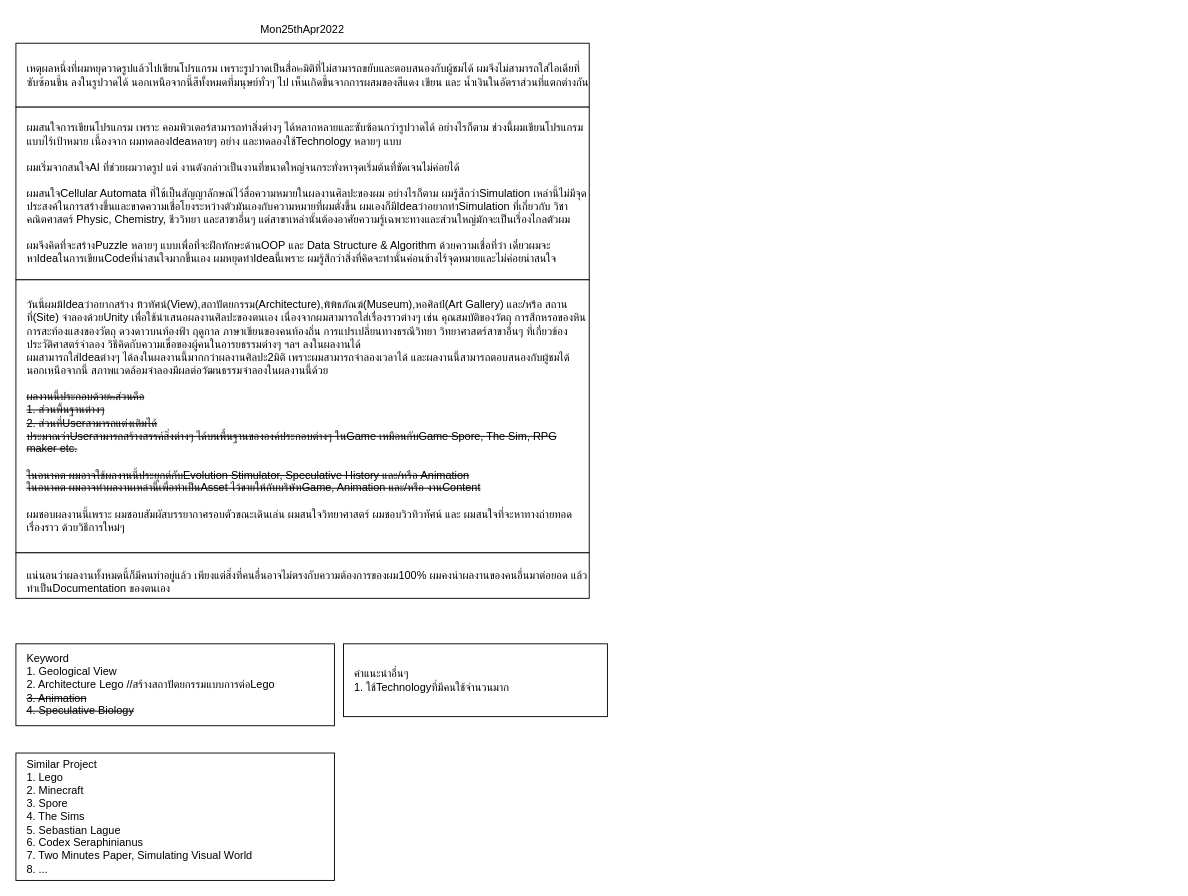
The draw.io diagram UnityExhibition.drawio in NihilisticMotif/UnityProjectDrawIO, before the edit. Source tidied: cells renumbered, new cells numbered last; positions are measured from the earlier drawing's top-left corner, leaving out a move shared by most shapes. Both pictures are drawn from the tidied source at 91%, with x=0, y=0 at pixel (15, 15).
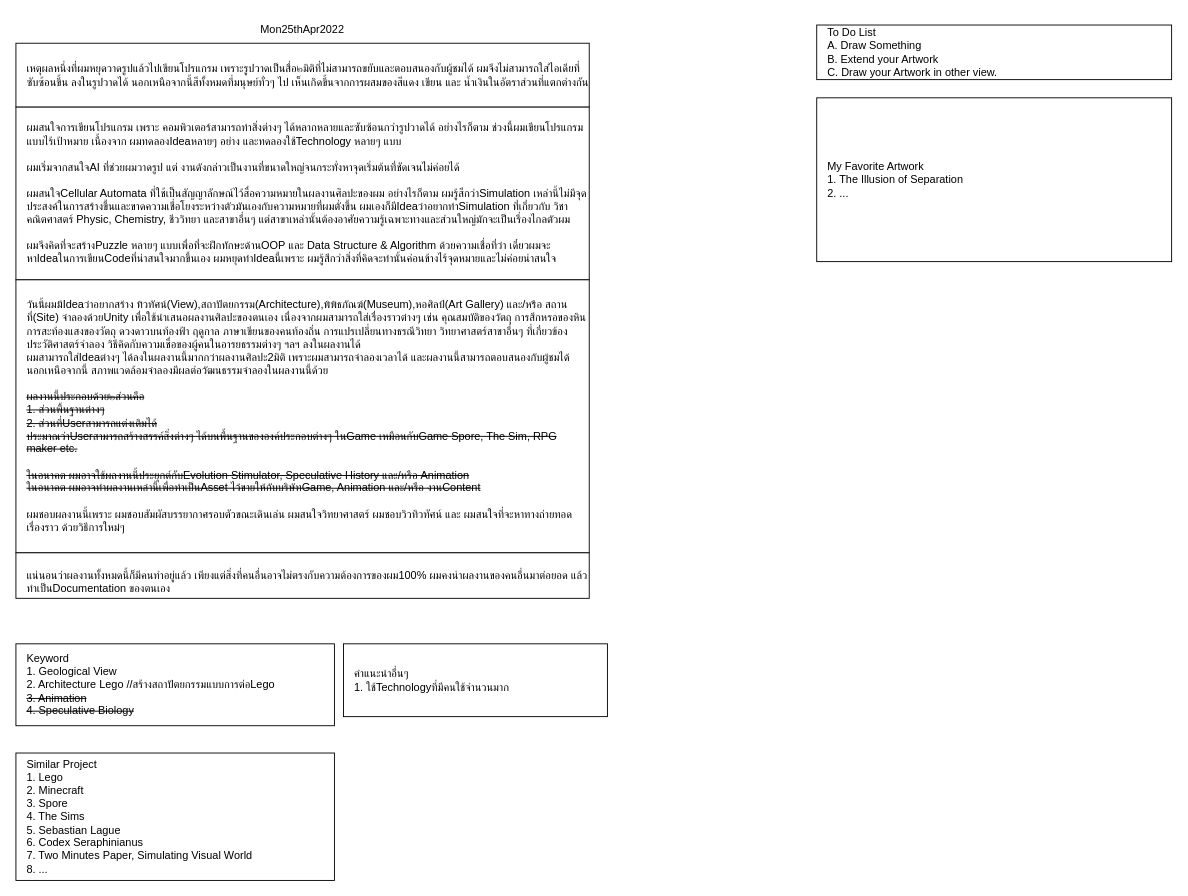
The same diagram, later.

What changed in the source:
```diff
@@
 <mxGraphModel>
   <root>
     <mxCell id="0" />
     <mxCell id="1" parent="0" />
     <mxCell id="2" style="group;" parent="1" vertex="1">
       <mxGeometry width="650" height="950" as="geometry" />
     </mxCell>
     <mxCell id="3" value="&lt;span&gt;ผมสนใจการเขียนโปรแกรม เพราะ คอมพิวเตอร์สามารถทำสิ่งต่างๆ ได้หลากหลายและซับซ้อนกว่ารูปวาดได้ อย่างไรก็ตาม ช่วงนี้ผมเขียนโปรแกรมแบบไร้เป้าหมาย เนื้องจาก ผมทดลองIdeaหลายๆ อย่าง และทดลองใช้Technology หลายๆ แบบ&lt;br&gt;&lt;br&gt;ผมเริ่มจากสนใจAI ที่ช่วยผมวาดรูป แต่ งานดังกล่าวเป็นงานที่ขนาดใหญ่จนกระทั่งหาจุดเริ่มต้นที่ชัดเจนไม่ค่อยได้&amp;nbsp;&lt;br&gt;&lt;br&gt;ผมสนใจCellular Automata ที่ใช้เป็นสัญญาลักษณ์ไว้สื่อความหมายในผลงานศิลปะของผม อย่างไรก็ตาม ผมรู้สึกว่าSimulation เหล่านี้ไม่มีจุดประสงค์ในการสร้างขึ้นและขาดความเชื่อโยงระหว่างตัวมันเองกับความหมายที่ผมตั่งขึ้น ผมเองก็มีIdeaว่าอยากทำSimulation ที่เกี่ยวกับ วิชา คณิตศาสตร์ Physic, Chemistry, ชีววิทยา และสาขาอื่นๆ แต่สาขาเหล่านั้นต้องอาศัยความรู้เฉพาะทางและส่วนใหญ่มักจะเป็นเรื่องไกลตัวผม&lt;br&gt;&lt;br&gt;ผมจึงคิดที่จะสร้างPuzzle หลายๆ แบบเพื่อที่จะฝึกทักษะด้านOOP และ Data Structure &amp;amp; Algorithm ด้วยความเชื่อที่ว่า เดี๋ยวผมจะหาIdeaในการเขียนCodeที่น่าสนใจมากขึ้นเอง ผมหยุดทำIdeaนี้เพราะ ผมรู้สึกว่าสิ่งที่คิดจะทำนั้นค่อนข้างไร้จุดหมายและไม่ค่อยน่าสนใจ&lt;br&gt;&lt;/span&gt;" style="rounded=0;whiteSpace=wrap;html=1;align=left;spacingLeft=10;" parent="2" vertex="1">
       <mxGeometry y="100" width="630" height="190" as="geometry" />
     </mxCell>
     <mxCell id="4" value="วันนี้ผมมีIdeaว่าอยากสร้าง ทิวทัศน์(View),สถาปัตยกรรม(Architecture),พิพิธภัณฆ์(Museum),หอศิลป์(Art Gallery) และ/หรือ สถานที่(Site) จำลองด้วยUnity เพื่อใช้นำเสนอผลงานศิลปะของตนเอง เนื่องจากผมสามารถใส่เรื่องราวต่างๆ เช่น คุณสมบัติของวัตถุ การสึกหรอของหิน การสะท้องแสงของวัตถุ ดวงดาวบนท้องฟ้า ฤดูกาล ภาษาเขียนของคนท้องถิ่น การแปรเปลี่ยนทางธรณีวิทยา วิทยาศาสตร์สาขาอื่นๆ ที่เกี่ยวข้อง ประวัติศาสตร์จำลอง วิธีคิดกับความเชื่อของผู้คนในอารยธรรมต่างๆ ฯลฯ ลงในผลงานได้ &lt;br&gt;ผมสามารถใส่Ideaต่างๆ ได้ลงในผลงานนี้มากกว่าผลงานศิลปะ2มิติ เพราะผมสามารถจำลองเวลาได้ และผลงานนี้สามารถตอบสนองกับผู้ชมได้ นอกเหนือจากนี้ สภาพแวดล้อมจำลองมีผลต่อวัฒนธรรมจำลองในผลงานนี้ด้วย&lt;br&gt;&lt;br&gt;&lt;strike&gt;ผลงานนี้ประกอบด้วย๒ส่วนคือ&lt;br&gt;1. ส่วนพื้นฐานต่างๆ&lt;br&gt;2. ส่วนที่Userสามารถแต่งเติมได้ &lt;br&gt;ประมาณว่าUserสามารถสร้างสรรค์สิ่งต่างๆ ได้บนพื้นฐานขององค์ประกอบต่างๆ ในGame เหมือนกับGame Spore, The Sim, RPG maker etc.&lt;br&gt;&lt;br&gt;ในอนาคต ผมอาจใช้ผลงานนี้ประยุกต์กับEvolution Stimulator, Speculative History และ/หรือ Animation&lt;br&gt;ในอนาคต ผมอาจทำผลงานเหล่านี้เพื่อทำเป็นAsset ไว้ขายให้กับบริษัทGame, Animation และ/หรือ งานContent&lt;/strike&gt;&lt;br&gt;&lt;br&gt;ผมชอบผลงานนี้เพราะ ผมชอบสัมผัสบรรยากาศรอบตัวขณะเดินเล่น ผมสนใจวิทยาศาสตร์ ผมชอบวิวทิวทัศน์ และ ผมสนใจที่จะหาทางถ่ายทอดเรื่องราว ด้วยวิธีการใหม่ๆ" style="rounded=0;whiteSpace=wrap;html=1;align=left;spacingLeft=10;" parent="2" vertex="1">
       <mxGeometry y="290" width="630" height="300" as="geometry" />
     </mxCell>
     <mxCell id="5" value="Keyword&lt;br&gt;1. Geological View&lt;br&gt;2. Architecture Lego //สร้างสถาปัตยกรรมแบบการต่อLego&lt;br&gt;&lt;strike&gt;3. Animation&lt;br&gt;4. Speculative Biology&lt;/strike&gt;" style="rounded=0;whiteSpace=wrap;html=1;align=left;spacingLeft=10;" parent="2" vertex="1">
       <mxGeometry y="690" width="350" height="90" as="geometry" />
     </mxCell>
     <mxCell id="6" value="&lt;br&gt;&lt;span&gt;แน่นอนว่าผลงานทั้งหมดนี้ก็มีคนทำอยู่แล้ว เพียงแต่สิ่งที่คนอื่นอาจไม่ตรงกับความต้องการของผม100% ผมคงนำผลงานของคนอื่นมาต่อยอด แล้วทำเป็นDocumentation ของตนเอง&lt;/span&gt;" style="rounded=0;whiteSpace=wrap;html=1;align=left;spacingLeft=10;" parent="2" vertex="1">
       <mxGeometry y="590" width="630" height="50" as="geometry" />
     </mxCell>
     <mxCell id="7" value="&lt;span&gt;เหตุผลหนึ่งที่ผมหยุดวาดรูปแล้วไปเขียนโปรแกรม เพราะรูปวาดเป็นสื่อ๒มิติที่ไม่สามารถขยับและตอบสนองกับผู้ชมได้ ผมจึงไม่สามารถใส่ไอเดียที่ซับซ้อนขึ้น ลงในรูปวาดได้ นอกเหนือจากนี้สีทั้งหมดที่มนุษย์ทั่วๆ ไป เห็นเกิดขึ้นจากการผสมของสีแดง เขียน และ น้ำเงินในอัตราส่วนที่แตกต่างกัน&lt;/span&gt;" style="rounded=0;whiteSpace=wrap;html=1;align=left;spacingLeft=10;" parent="2" vertex="1">
       <mxGeometry y="30" width="630" height="70" as="geometry" />
     </mxCell>
     <mxCell id="8" value="Similar Project&lt;br&gt;1. Lego&lt;br&gt;2. Minecraft&lt;br&gt;3. Spore&lt;br&gt;4. The Sims&lt;br&gt;5. Sebastian Lague&lt;br&gt;6.&amp;nbsp;Codex Seraphinianus&lt;br&gt;7. Two Minutes Paper, Simulating Visual World&lt;br&gt;8. ..." style="rounded=0;whiteSpace=wrap;html=1;align=left;spacingLeft=10;" parent="2" vertex="1">
       <mxGeometry y="810" width="350" height="140" as="geometry" />
     </mxCell>
     <mxCell id="9" value="Mon25thApr2022" style="text;html=1;strokeColor=none;fillColor=none;align=center;verticalAlign=middle;whiteSpace=wrap;rounded=0;" parent="2" vertex="1">
       <mxGeometry x="285" width="60" height="30" as="geometry" />
     </mxCell>
     <mxCell id="10" value="คำแนะนำอื่นๆ&lt;br&gt;1. ใช้Technologyที่มีคนใช้จำนวนมาก" style="rounded=0;whiteSpace=wrap;html=1;align=left;spacingLeft=10;" parent="2" vertex="1">
       <mxGeometry x="360" y="690" width="290" height="80" as="geometry" />
     </mxCell>
+    <mxCell id="11" value="To Do List&lt;br&gt;A. Draw Something&lt;br&gt;B. Extend your Artwork&lt;br&gt;C. Draw your Artwork in other view." style="rounded=0;whiteSpace=wrap;html=1;align=left;spacingLeft=10;" parent="1" vertex="1">
+      <mxGeometry x="880" y="10" width="390" height="60" as="geometry" />
+    </mxCell>
+    <mxCell id="12" value="My Favorite Artwork&lt;br&gt;1. The Illusion of Separation&lt;br&gt;2. ..." style="rounded=0;whiteSpace=wrap;html=1;align=left;spacingLeft=10;" parent="1" vertex="1">
+      <mxGeometry x="880" y="90" width="390" height="180" as="geometry" />
+    </mxCell>
   </root>
 </mxGraphModel>
```
